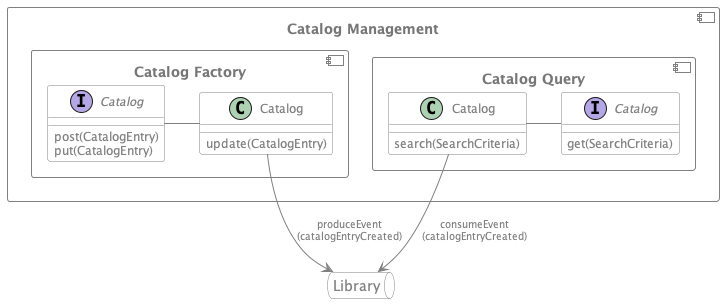
Before: TacticalDesign/Library/CatalogManagement.png, a diagram exported from PlantUML (Grinseteddy/MasteringDdd).
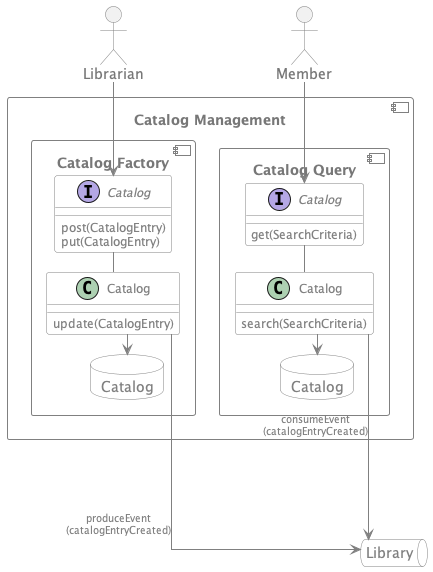
The same diagram one commit later.

The edit, as a diff of the source:
```diff
@@ -1,6 +1,16 @@
 @startuml
 
+skinparam linetype ortho
+allowmixing
+skinparam nodesep 3
+skinparam ranksep 20
+
 skinparam component {
+    bordercolor grey
+    fontcolor #777777
+}
+
+skinparam actor {
     bordercolor grey
     fontcolor #777777
 }
@@ -55,6 +65,28 @@
 
 }
 
+skinparam database {
+    backgroundcolor #FFFFFF
+    backgroundcolor<<Aggregate>> #CCCCCC
+    backgroundcolor<<Entity>> #DDDDDD
+    backgroundcolor<<Value Object>> #EEEEEE
+
+    bordercolor grey
+    fontcolor grey
+    fontcolor<<Aggregate>> grey
+    fontcolor<<Entity>> grey
+    fontcolor<<Value Object>> grey
+
+    attributefontcolor grey
+    attributefontsize 12
+    attributefontcolor<<Aggregate>> grey
+
+    stereotypefontcolor grey
+    stereotypefontsize 8
+
+
+}
+
 
 component "Catalog Management" as catalogManagement {
     component "Catalog Factory" as catalogFactory {
@@ -65,6 +97,8 @@
             post(CatalogEntry)
             put(CatalogEntry)
         }
+        database "Catalog" as catalogWriteDb {
+        }
     }
 
     component "Catalog Query" {
@@ -74,6 +108,8 @@
         interface "Catalog" as catalogReadInterface {
             get(SearchCriteria)
         }
+        database "Catalog" as catalogReadDb {
+        }
     }
 }
 
@@ -81,9 +117,22 @@
 
 }
 
-catalogInterface -right- catalogWrite
-catalogReadInterface -left- catalogRead
+actor "Librarian" as librarian
+actor "Member" as member
 
-catalogWrite --> libraryQueue : produceEvent\n(catalogEntryCreated)
-catalogRead --> libraryQueue : consumeEvent\n(catalogEntryCreated)
+catalogInterface -down- catalogWrite
+catalogReadInterface -down- catalogRead
+
+catalogWrite -right-> libraryQueue : produceEvent\n(catalogEntryCreated)
+catalogRead -left-> libraryQueue : consumeEvent\n(catalogEntryCreated)
+
+catalogWrite --> catalogWriteDb
+catalogRead --> catalogReadDb
+
+librarian --> catalogInterface
+member --> catalogReadInterface
+
+
+catalogWriteDb ---[hidden]--- libraryQueue
+catalogReadDb ---[hidden]--- libraryQueue
 @enduml
```
